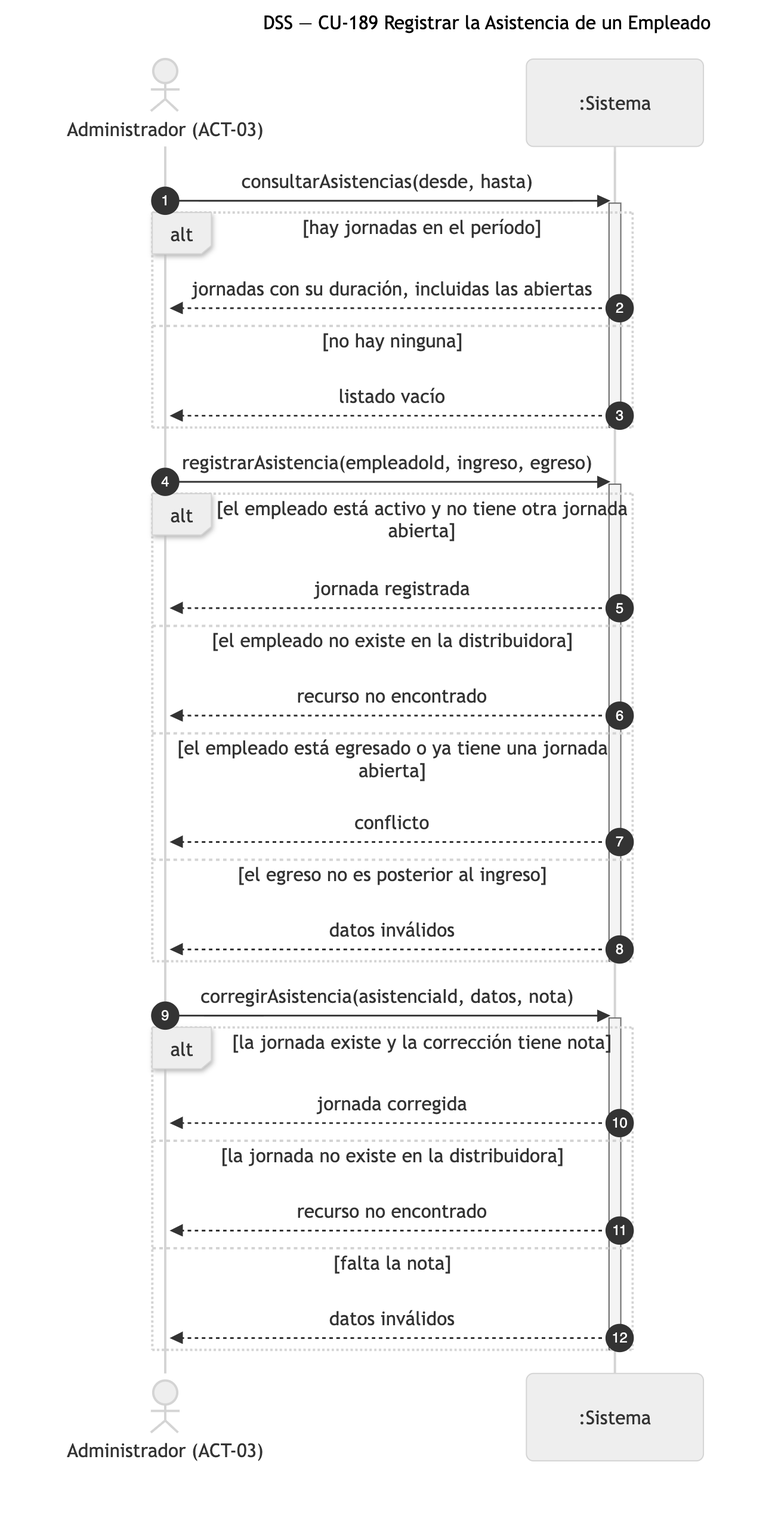
The Mermaid diagram diagramas/png/DSS_CU-189_Registrar-la-Asistencia-de-un-Empleado.png in Nahuelito-Dev/splg-docs, before a commit. Its source is kept beside it as diagramas/DSS_CU-189_Registrar-la-Asistencia-de-un-Empleado.mmd. The source it was exported from:
```mermaid
sequenceDiagram
    title DSS — CU-189 Registrar la Asistencia de un Empleado
    autonumber
    actor ADM as Administrador (ACT-03)
    participant SIS as :Sistema

    ADM->>SIS: consultarAsistencias(desde, hasta)
    activate SIS
    alt hay jornadas en el período
        SIS-->>ADM: jornadas con su duración, incluidas las abiertas
    else no hay ninguna
        SIS-->>ADM: listado vacío
    end
    deactivate SIS

    ADM->>SIS: registrarAsistencia(empleadoId, ingreso, egreso)
    activate SIS
    alt el empleado está activo y no tiene otra jornada abierta
        SIS-->>ADM: jornada registrada
    else el empleado no existe en la distribuidora
        SIS-->>ADM: recurso no encontrado
    else el empleado está egresado o ya tiene una jornada abierta
        SIS-->>ADM: conflicto
    else el egreso no es posterior al ingreso
        SIS-->>ADM: datos inválidos
    end
    deactivate SIS

    ADM->>SIS: corregirAsistencia(asistenciaId, datos, nota)
    activate SIS
    alt la jornada existe y la corrección tiene nota
        SIS-->>ADM: jornada corregida
    else la jornada no existe en la distribuidora
        SIS-->>ADM: recurso no encontrado
    else falta la nota
        SIS-->>ADM: datos inválidos
    end
    deactivate SIS
```
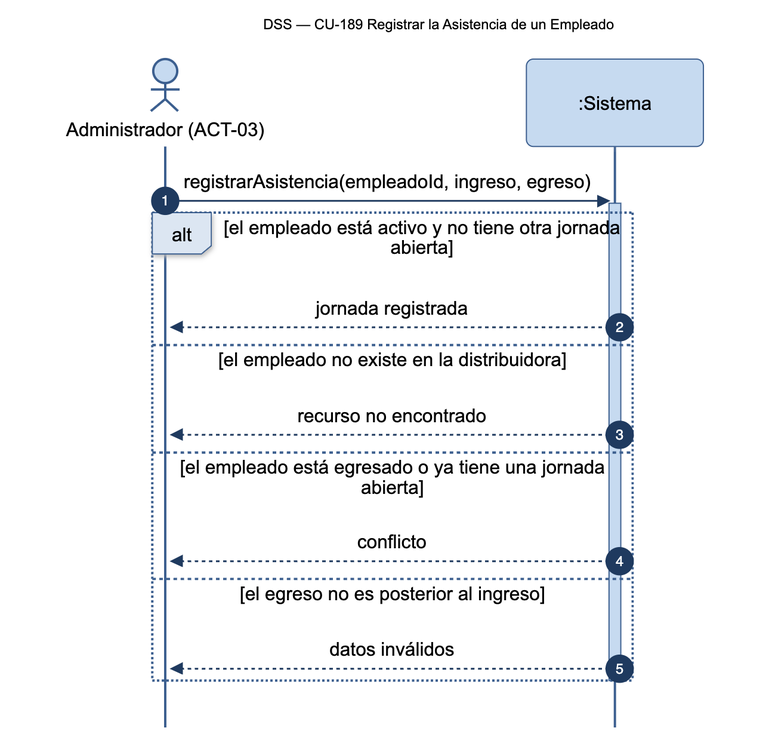
Above is the later version.

Diff of the diagram source:
```diff
@@ -3,15 +3,6 @@
     autonumber
     actor ADM as Administrador (ACT-03)
     participant SIS as :Sistema
-
-    ADM->>SIS: consultarAsistencias(desde, hasta)
-    activate SIS
-    alt hay jornadas en el período
-        SIS-->>ADM: jornadas con su duración, incluidas las abiertas
-    else no hay ninguna
-        SIS-->>ADM: listado vacío
-    end
-    deactivate SIS
 
     ADM->>SIS: registrarAsistencia(empleadoId, ingreso, egreso)
     activate SIS
@@ -25,14 +16,3 @@
         SIS-->>ADM: datos inválidos
     end
     deactivate SIS
-
-    ADM->>SIS: corregirAsistencia(asistenciaId, datos, nota)
-    activate SIS
-    alt la jornada existe y la corrección tiene nota
-        SIS-->>ADM: jornada corregida
-    else la jornada no existe en la distribuidora
-        SIS-->>ADM: recurso no encontrado
-    else falta la nota
-        SIS-->>ADM: datos inválidos
-    end
-    deactivate SIS
```
